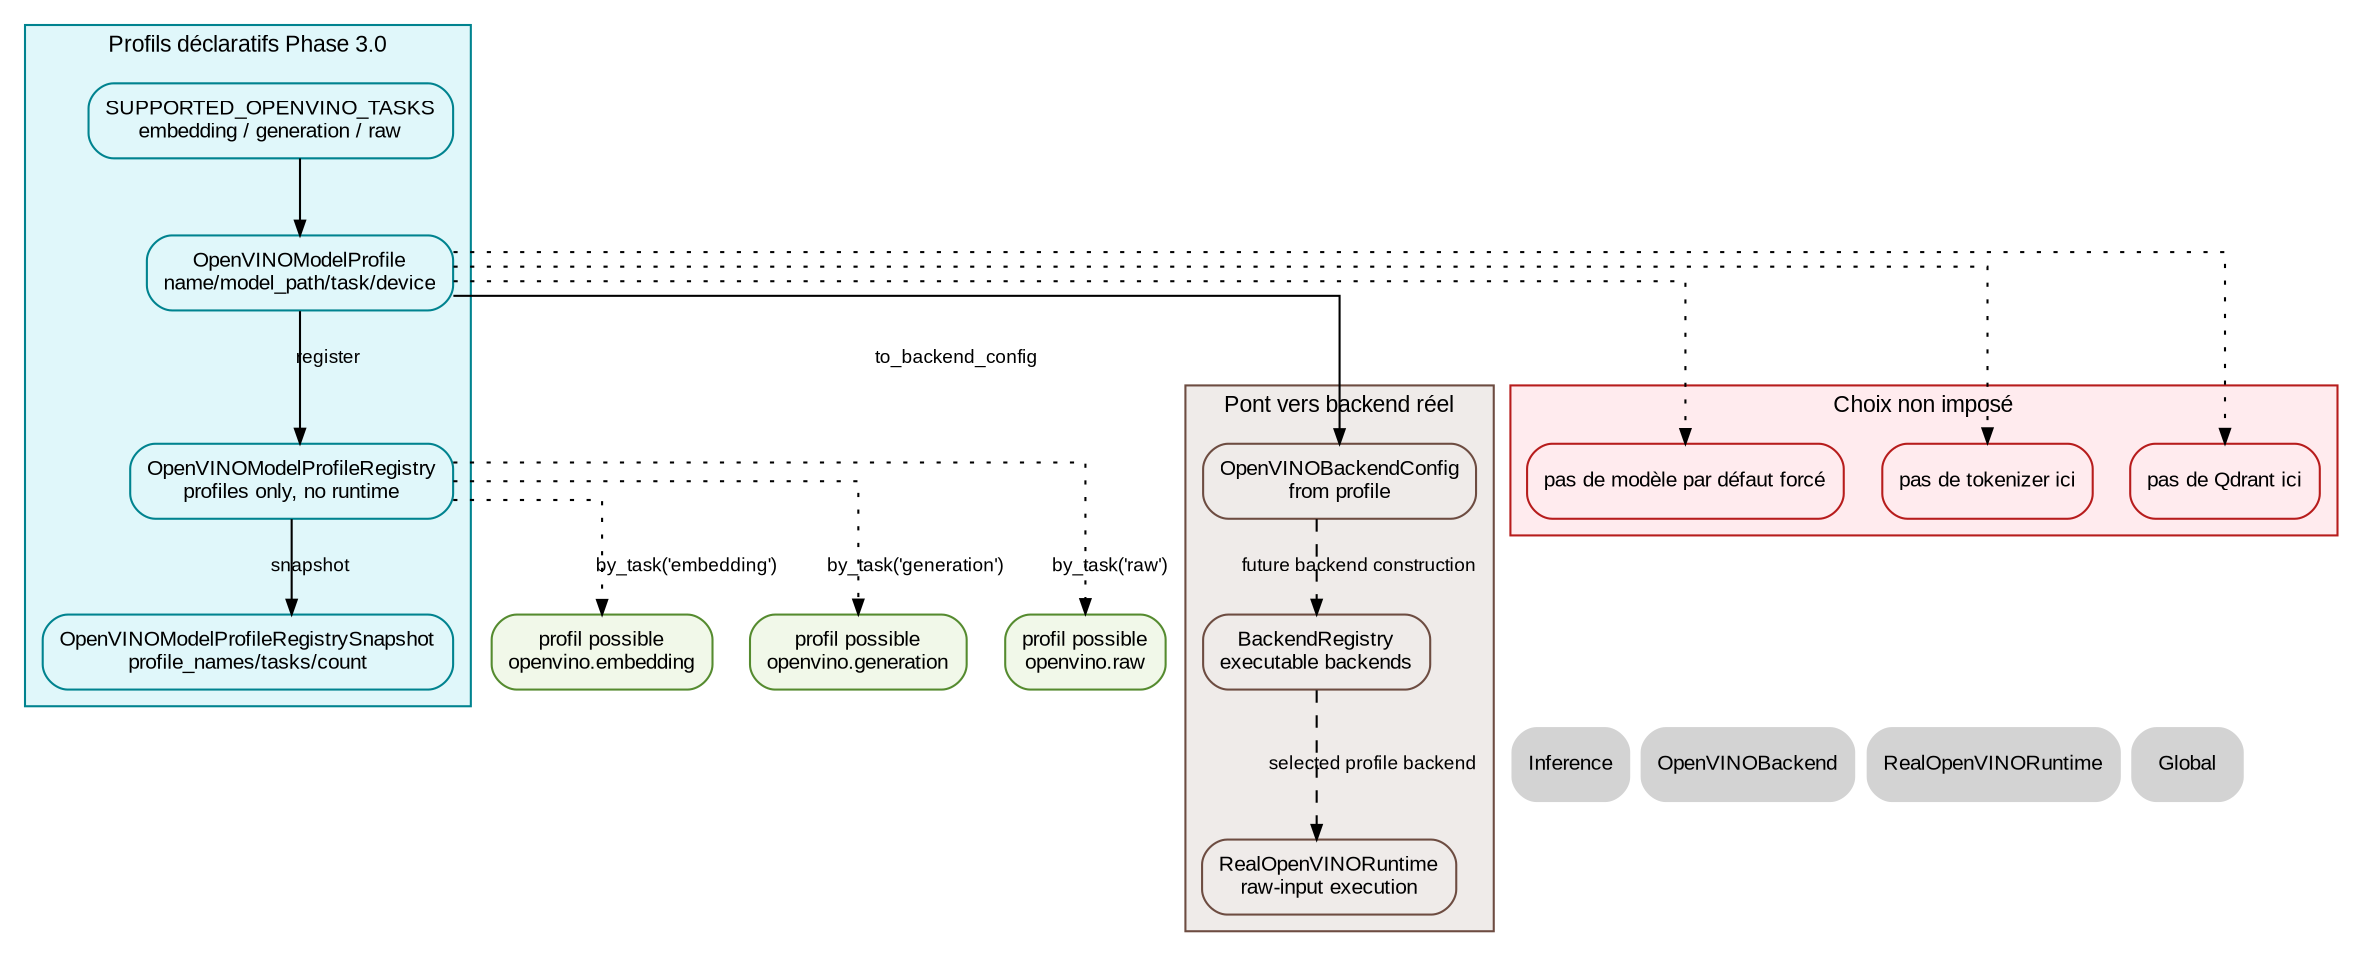
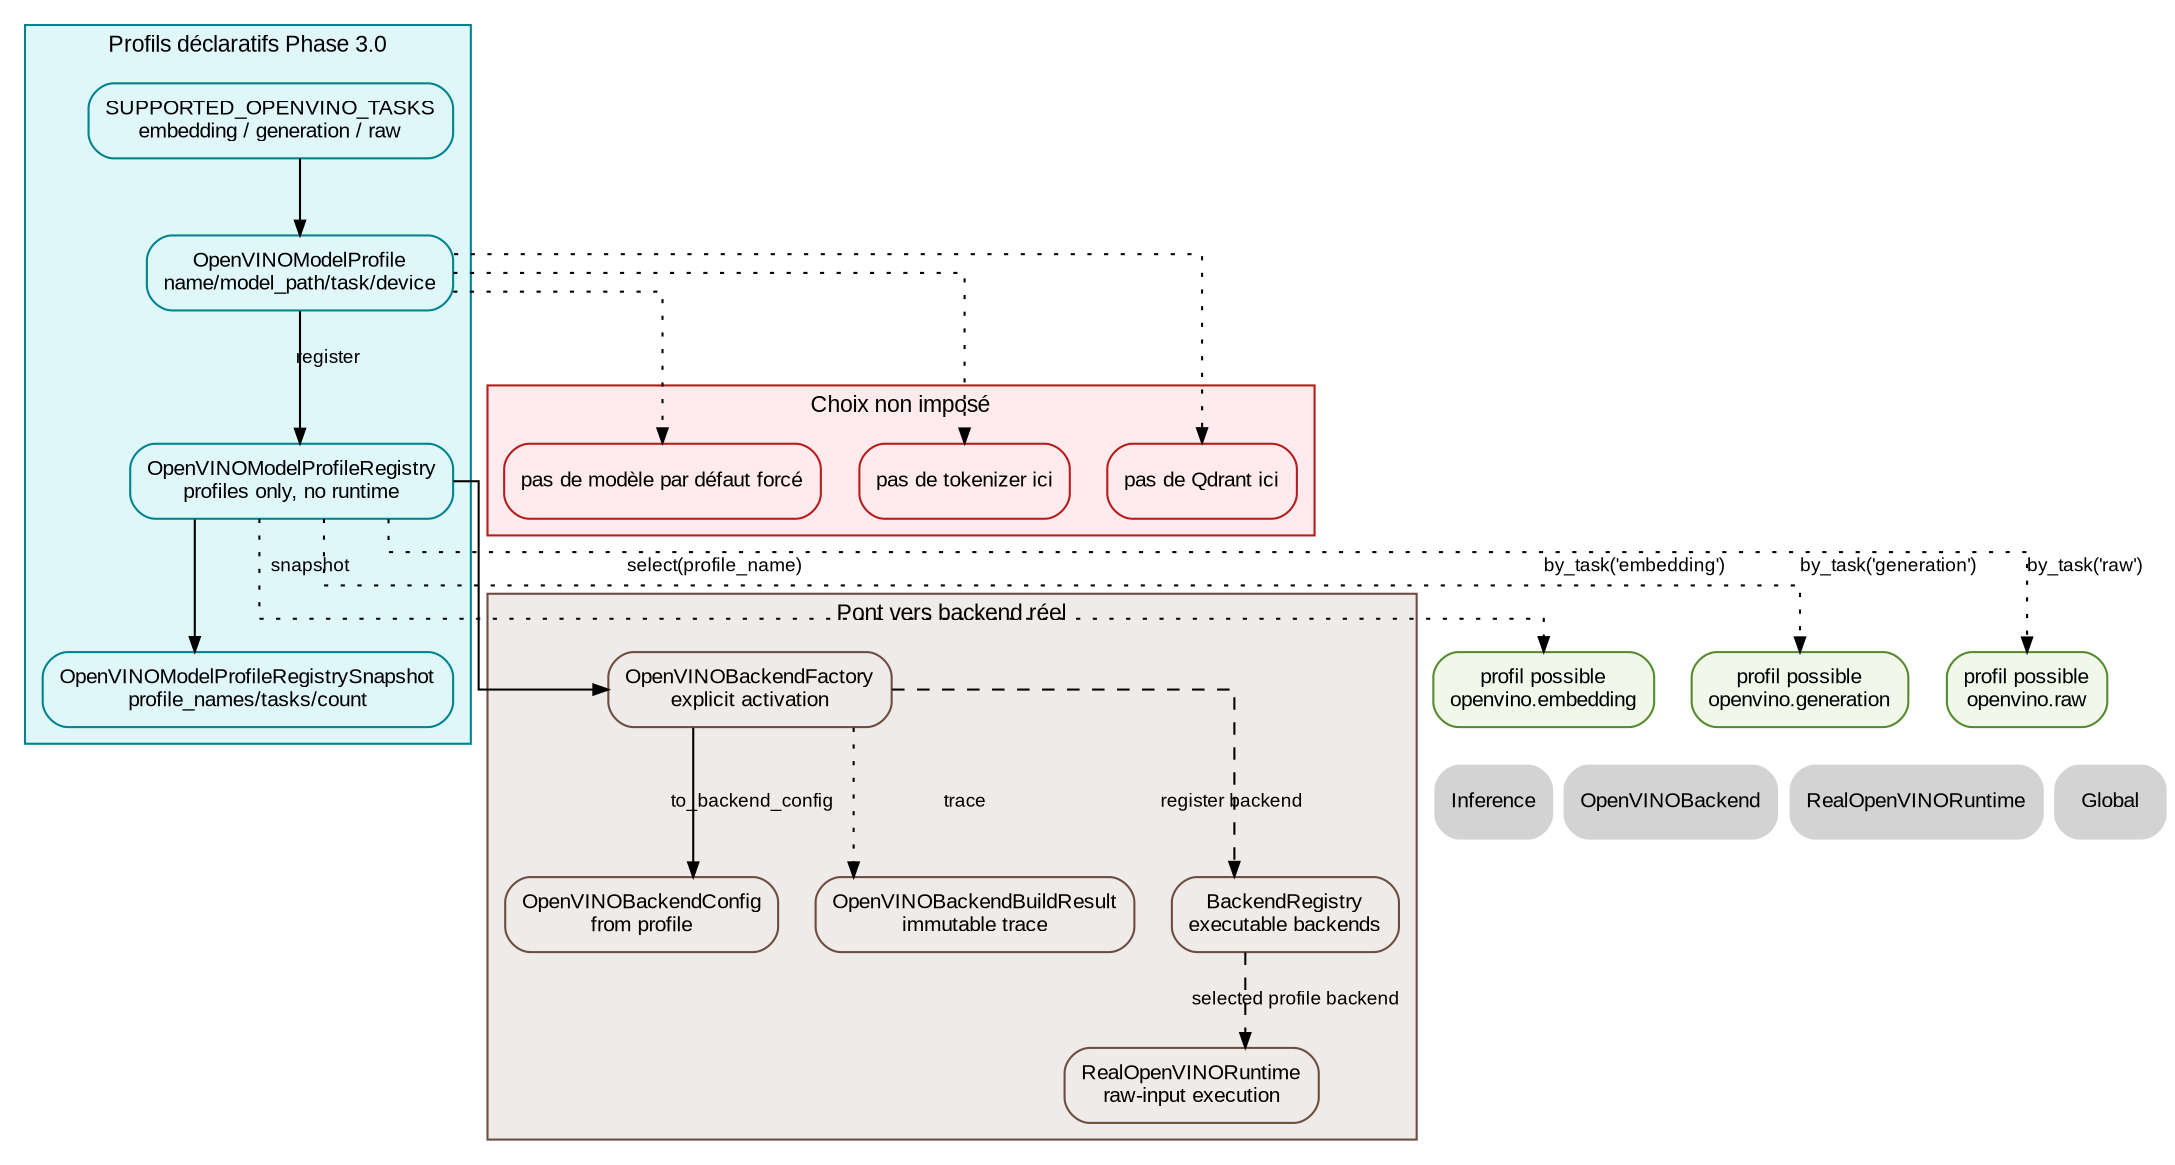
digraph OpenVINOProfiles {
    // ROADMAP_ID: inference.openvino_profiles
    // ROADMAP_PARENT: inference/40_inference.dot
    // ROADMAP_NOTE[phase3_0]:
    // Cette page sépare le choix déclaratif des modèles OpenVINO de leur
    // exécution. Un profil peut décrire embedding, generation ou raw sans
    // charger OpenVINO et sans enregistrer de backend exécutable.
+ 
+     // ROADMAP_NOTE[phase3_1]:
+     // OpenVINOBackendFactory active explicitement un profil en construisant le
+     // backend correspondant et en l'enregistrant dans BackendRegistry.

    rankdir=TB;
    splines=ortho;

    graph [fontname="Arial", fontsize=11];
    node [shape=box, style="rounded,filled", fontname="Arial", fontsize=10];
    edge [fontname="Arial", fontsize=9, arrowsize=0.7];

    subgraph cluster_profiles {
        label="Profils déclaratifs Phase 3.0";
        color="#00838f";
        bgcolor="#e0f7fa";
        node [fillcolor="#e0f7fa", color="#00838f"];

        Profile [label="OpenVINOModelProfile\nname/model_path/task/device"];
        ProfileRegistry [label="OpenVINOModelProfileRegistry\nprofiles only, no runtime"];
        ProfileSnapshot [label="OpenVINOModelProfileRegistrySnapshot\nprofile_names/tasks/count"];
        SupportedTasks [label="SUPPORTED_OPENVINO_TASKS\nembedding / generation / raw"];
    }

    subgraph cluster_backend_bridge {
        label="Pont vers backend réel";
        color="#6d4c41";
        bgcolor="#efebe9";
        node [fillcolor="#efebe9", color="#6d4c41"];

        BackendConfig [label="OpenVINOBackendConfig\nfrom profile", URL="41_openvino_backend.svg"];
+         BackendFactory [label="OpenVINOBackendFactory\nexplicit activation"];
+         BuildResult [label="OpenVINOBackendBuildResult\nimmutable trace"];
        BackendRegistry [label="BackendRegistry\nexecutable backends", URL="40_inference.svg"];
        Runtime [label="RealOpenVINORuntime\nraw-input execution", URL="42_openvino_runtime.svg"];
    }

    subgraph cluster_decision {
        label="Choix non imposé";
        color="#b71c1c";
        bgcolor="#ffebee";
        node [fillcolor="#ffebee", color="#b71c1c"];

        NoDefaultModel [label="pas de modèle par défaut forcé"];
        NoTokenizer [label="pas de tokenizer ici"];
        NoQdrant [label="pas de Qdrant ici"];
    }

    Embedding [label="profil possible\nopenvino.embedding", fillcolor="#f1f8e9", color="#558b2f"];
    Generation [label="profil possible\nopenvino.generation", fillcolor="#f1f8e9", color="#558b2f"];
    Raw [label="profil possible\nopenvino.raw", fillcolor="#f1f8e9", color="#558b2f"];

    SupportedTasks -> Profile;
    Profile -> ProfileRegistry [label="register"];
    ProfileRegistry -> ProfileSnapshot [label="snapshot"];
    ProfileRegistry -> Embedding [style=dotted, label="by_task('embedding')"];
    ProfileRegistry -> Generation [style=dotted, label="by_task('generation')"];
    ProfileRegistry -> Raw [style=dotted, label="by_task('raw')"];
-     Profile -> BackendConfig [label="to_backend_config"];
-     BackendConfig -> BackendRegistry [style=dashed, label="future backend construction"];
+     ProfileRegistry -> BackendFactory [label="select(profile_name)"];
+     BackendFactory -> BackendConfig [label="to_backend_config"];
+     BackendFactory -> BackendRegistry [style=dashed, label="register backend"];
+     BackendFactory -> BuildResult [style=dotted, label="trace"];
    BackendRegistry -> Runtime [style=dashed, label="selected profile backend"];

    Profile -> NoDefaultModel [style=dotted];
    Profile -> NoTokenizer [style=dotted];
    Profile -> NoQdrant [style=dotted];

    Nav_Inference [label="Inference", shape=plaintext, URL="40_inference.svg"];
    Nav_Backend [label="OpenVINOBackend", shape=plaintext, URL="41_openvino_backend.svg"];
    Nav_Runtime [label="RealOpenVINORuntime", shape=plaintext, URL="42_openvino_runtime.svg"];
    Nav_Global [label="Global", shape=plaintext, URL="../00_global.svg"];

    { rank=sink; Nav_Inference; Nav_Backend; Nav_Runtime; Nav_Global; }
}
